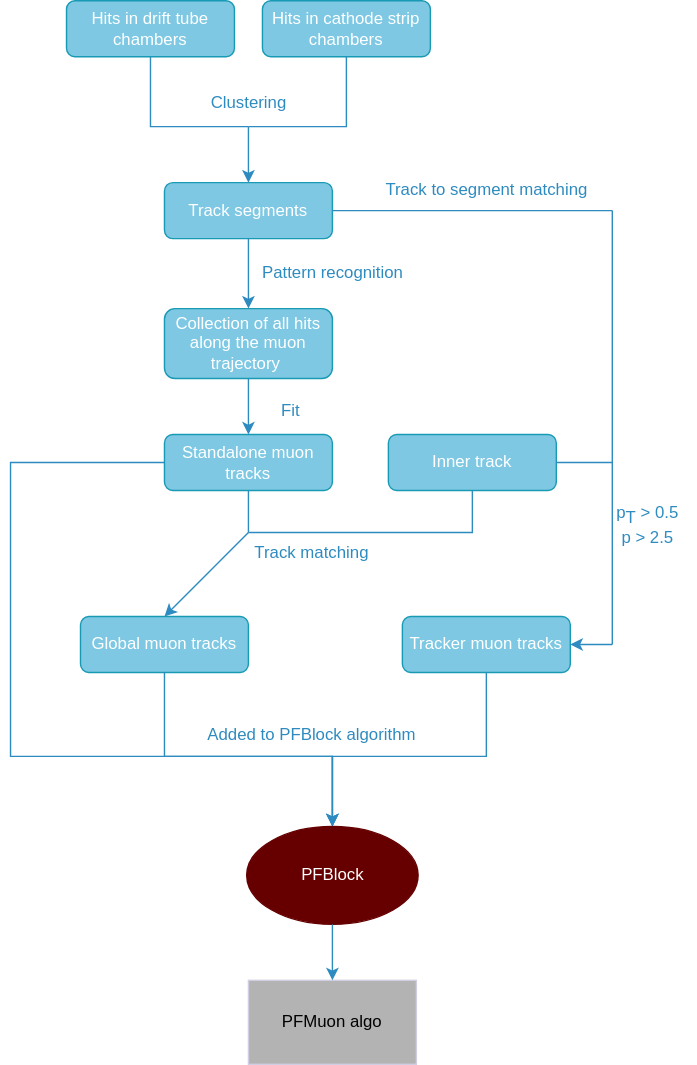
Earlier version of the draw.io export docs/assets/mutrack.drawio.svg (nseeba/PF-documentation). Source tidied: cells renumbered, new cells last; positions are measured from the earlier drawing's top-left corner, leaving out a move shared by most shapes.
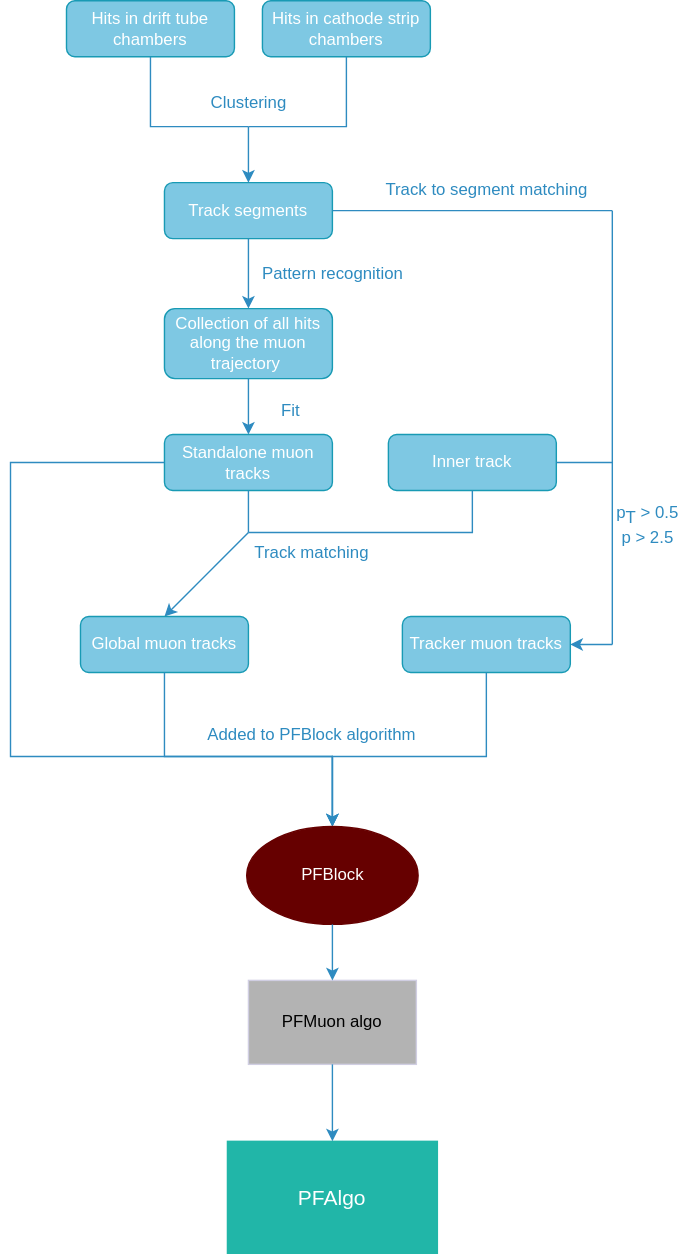
The same file after the commit.

What changed in the source:
```diff
@@ -147,5 +147,11 @@
     <mxCell id="34" style="endArrow=classic;html=1;rounded=0;strokeColor=#2E8BC0;fontColor=#1A1A1A;exitX=0.5;exitY=1;exitDx=0;exitDy=0;entryX=0.5;entryY=0;entryDx=0;entryDy=0;shadow=0;" parent="1" edge="1" source="31" target="33">
       <mxGeometry relative="1" as="geometry" />
     </mxCell>
+    <mxCell id="35" value="&lt;font style=&quot;font-size: 15px;&quot; color=&quot;#ffffff&quot;&gt;PFAlgo&lt;/font&gt;" style="rounded=0;whiteSpace=wrap;html=1;strokeColor=#21B6A8;fontColor=#1A1A1A;fillColor=#21B6A8;" parent="1" vertex="1">
+      <mxGeometry x="155" y="815" width="150" height="80" as="geometry" />
+    </mxCell>
+    <mxCell id="36" style="endArrow=classic;html=1;rounded=0;strokeColor=#2E8BC0;fontColor=#1A1A1A;exitX=0.5;exitY=1;exitDx=0;exitDy=0;entryX=0.5;entryY=0;entryDx=0;entryDy=0;shadow=0;" parent="1" edge="1" source="33" target="35">
+      <mxGeometry relative="1" as="geometry" />
+    </mxCell>
   </root>
 </mxGraphModel>
```
